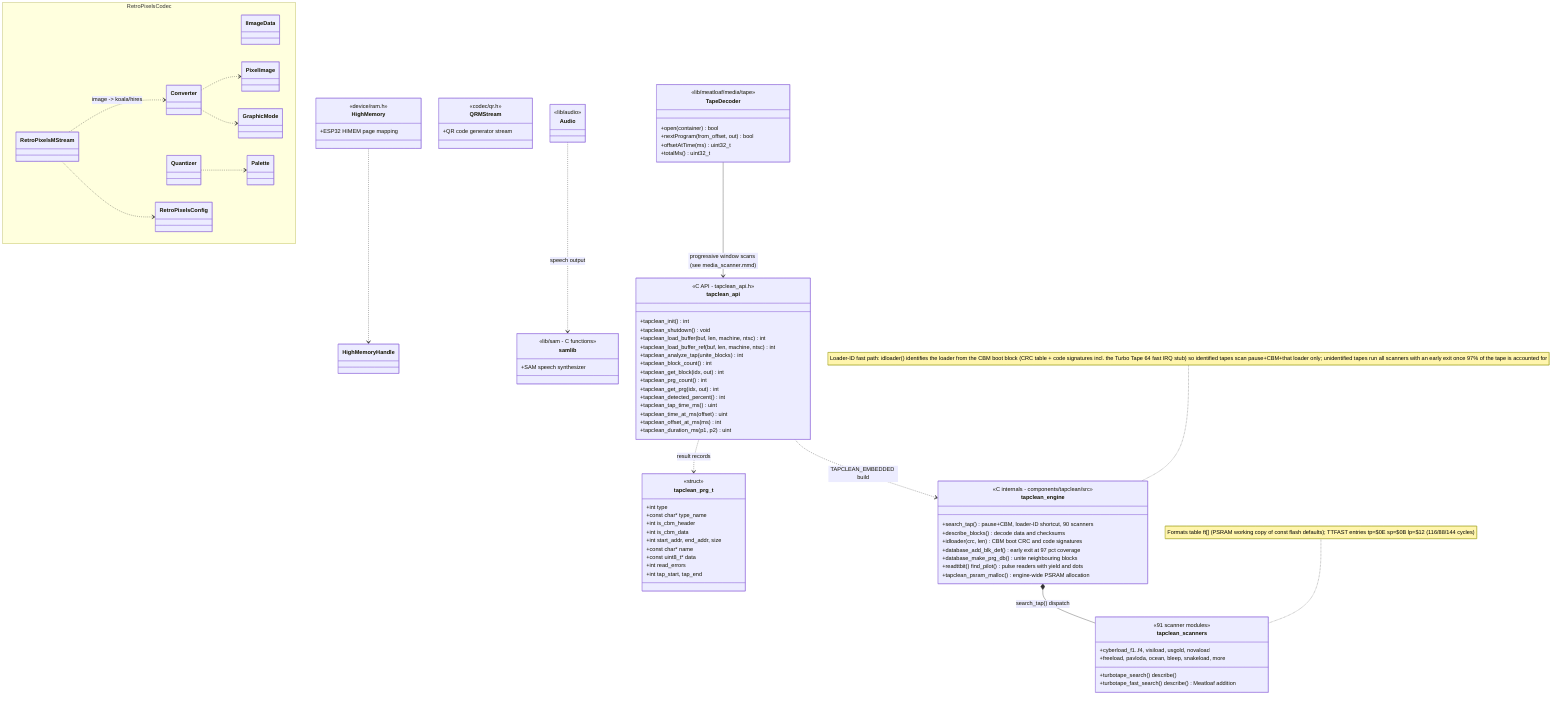
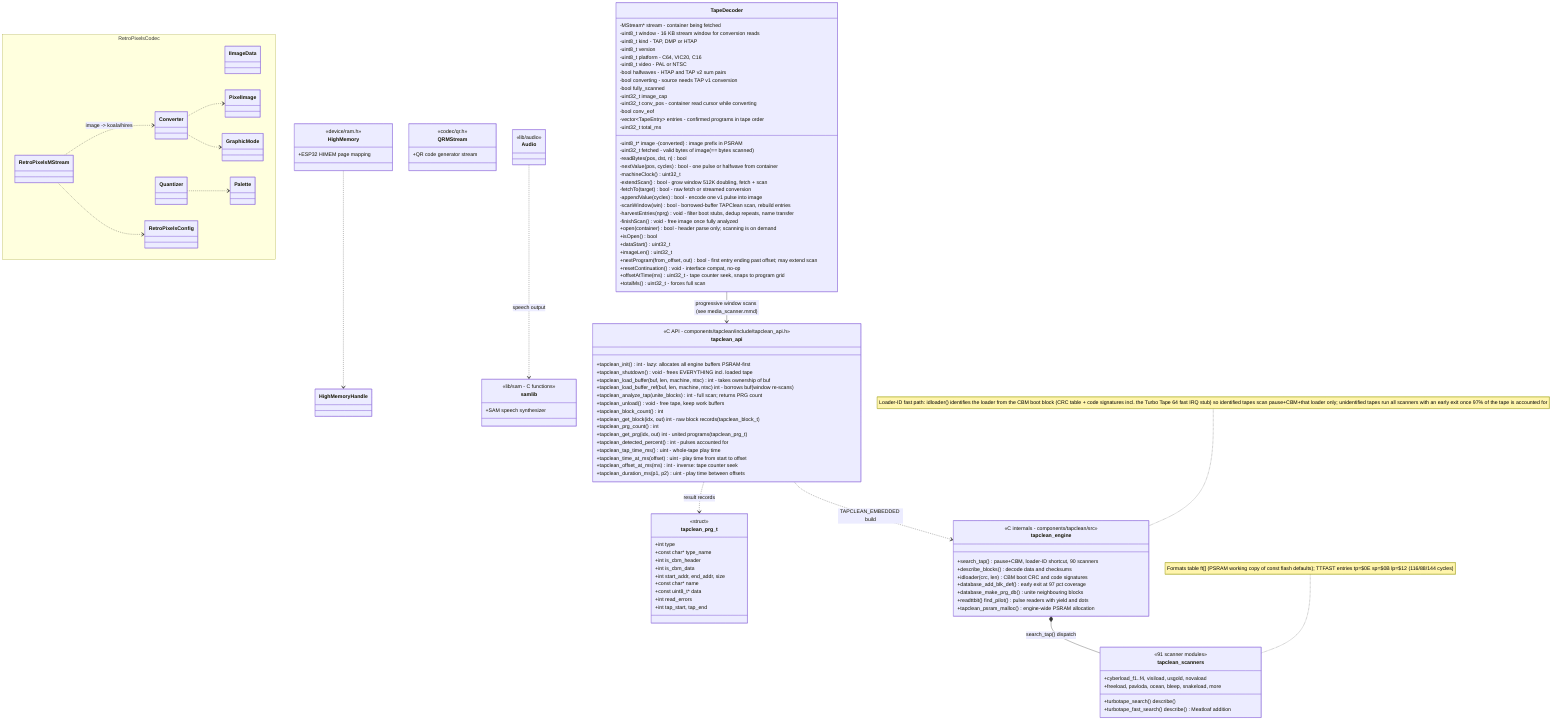
%% Tape loader analysis engine (components/tapclean) and codecs.
%% Verified against source 2026-07-19.
%% The TAPClean engine is vendored C (TAPClean 0.39 / Final TAP 2.76,
%% GPL v2+), compiled with TAPCLEAN_EMBEDDED: CLI/report/clean code is
%% compiled out, all big buffers are heap-allocated (PSRAM-first) only
%% while a tape is being analyzed, and malloc() is redirected engine-wide
%% to tapclean_psram_malloc().
classDiagram
    direction TB

    class tapclean_api {
-         <<C API - tapclean_api.h>>
-         +tapclean_init() int
-         +tapclean_shutdown() void
-         +tapclean_load_buffer(buf, len, machine, ntsc) int
-         +tapclean_load_buffer_ref(buf, len, machine, ntsc) int
-         +tapclean_analyze_tap(unite_blocks) int
+         <<C API - components/tapclean/include/tapclean_api.h>>
+         +tapclean_init() int - lazy: allocates all engine buffers PSRAM-first
+         +tapclean_shutdown() void - frees EVERYTHING incl. loaded tape
+         +tapclean_load_buffer(buf, len, machine, ntsc) int - takes ownership of buf
+         +tapclean_load_buffer_ref(buf, len, machine, ntsc) int - borrows buf (window re-scans)
+         +tapclean_analyze_tap(unite_blocks) int - full scan; returns PRG count
+         +tapclean_unload() void - free tape, keep work buffers
        +tapclean_block_count() int
-         +tapclean_get_block(idx, out) int
+         +tapclean_get_block(idx, out) int - raw block records (tapclean_block_t)
        +tapclean_prg_count() int
-         +tapclean_get_prg(idx, out) int
-         +tapclean_detected_percent() int
-         +tapclean_tap_time_ms() uint
-         +tapclean_time_at_ms(offset) uint
-         +tapclean_offset_at_ms(ms) int
-         +tapclean_duration_ms(p1, p2) uint
+         +tapclean_get_prg(idx, out) int - united programs (tapclean_prg_t)
+         +tapclean_detected_percent() int - pulses accounted for
+         +tapclean_tap_time_ms() uint - whole-tape play time
+         +tapclean_time_at_ms(offset) uint - play time from start to offset
+         +tapclean_offset_at_ms(ms) int - inverse: tape counter seek
+         +tapclean_duration_ms(p1, p2) uint - play time between offsets
    }

    class tapclean_engine {
        <<C internals - components/tapclean/src>>
        +search_tap() pause+CBM, loader-ID shortcut, 90 scanners
        +describe_blocks() decode data and checksums
        +idloader(crc, len) CBM boot CRC and code signatures
        +database_add_blk_def() early exit at 97 pct coverage
        +database_make_prg_db() unite neighbouring blocks
        +readttbit() find_pilot() pulse readers with yield and dots
        +tapclean_psram_malloc() engine-wide PSRAM allocation
    }

    class tapclean_scanners {
        <<91 scanner modules>>
        +turbotape_search() describe()
        +turbotape_fast_search() describe() Meatloaf addition
        +cyberload_f1..f4, visiload, usgold, novaload
        +freeload, pavloda, ocean, bleep, snakeload, more
    }

    class tapclean_prg_t {
        <<struct>>
        +int type
        +const char* type_name
        +int is_cbm_header
        +int is_cbm_data
        +int start_addr, end_addr, size
        +const char* name
        +const uint8_t* data
        +int read_errors
        +int tap_start, tap_end
    }

    class TapeDecoder {
-         <<lib/meatloaf/media/tape>>
-         +open(container) bool
-         +nextProgram(from_offset, out) bool
-         +offsetAtTime(ms) uint32_t
-         +totalMs() uint32_t
+         -MStream* stream - container being fetched
+         -uint8_t window - 16 KB stream window for conversion reads
+         -uint8_t kind - TAP, DMP or HTAP
+         -uint8_t version
+         -uint8_t platform - C64, VIC20, C16
+         -uint8_t video - PAL or NTSC
+         -bool halfwaves - HTAP and TAP v2 sum pairs
+         -bool converting - source needs TAP v1 conversion
+         -bool fully_scanned
+         -uint8_t* image - (converted) image prefix in PSRAM
+         -uint32_t image_cap
+         -uint32_t fetched - valid bytes of image (== bytes scanned)
+         -uint32_t conv_pos - container read cursor while converting
+         -bool conv_eof
+         -vector~TapeEntry~ entries - confirmed programs in tape order
+         -uint32_t total_ms
+         -readBytes(pos, dst, n) bool
+         -nextValue(pos, cycles) bool - one pulse or halfwave from container
+         -machineClock() uint32_t
+         -extendScan() bool - grow window 512K doubling, fetch + scan
+         -fetchTo(target) bool - raw fetch or streamed conversion
+         -appendValue(cycles) bool - encode one v1 pulse into image
+         -scanWindow(win) bool - borrowed-buffer TAPClean scan, rebuild entries
+         -harvestEntries(nprg) void - filter boot stubs, dedup repeats, name transfer
+         -finishScan() void - free image once fully analyzed
+         +open(container) bool - header parse only; scanning is on demand
+         +isOpen() bool
+         +dataStart() uint32_t
+         +imageLen() uint32_t
+         +nextProgram(from_offset, out) bool - first entry ending past offset; may extend scan
+         +resetContinuation() void - interface compat, no-op
+         +offsetAtTime(ms) uint32_t - tape counter seek, snaps to program grid
+         +totalMs() uint32_t - forces full scan
    }

    namespace RetroPixelsCodec {
        class IImageData
        class PixelImage
        class GraphicMode
        class Palette
        class Quantizer
        class Converter
        class RetroPixelsConfig
        class RetroPixelsMStream
    }

    class QRMStream {
        <<codec/qr.h>>
        +QR code generator stream
    }

    class HighMemory {
        <<device/ram.h>>
        +ESP32 HIMEM page mapping
    }
    class HighMemoryHandle

    class Audio {
        <<lib/audio>>
    }

    class samlib {
        <<lib/sam - C functions>>
        +SAM speech synthesizer
    }

    tapclean_api ..> tapclean_engine : TAPCLEAN_EMBEDDED build
    tapclean_engine *-- tapclean_scanners : search_tap() dispatch
    tapclean_api ..> tapclean_prg_t : result records
    TapeDecoder --> tapclean_api : progressive window scans (see media_scanner.mmd)

    Converter ..> PixelImage
    Converter ..> GraphicMode
    Quantizer ..> Palette
    RetroPixelsMStream ..> Converter : image -> koala/hires
    RetroPixelsMStream ..> RetroPixelsConfig

    HighMemory ..> HighMemoryHandle
    Audio ..> samlib : speech output

    note for tapclean_engine "Loader-ID fast path: idloader() identifies the loader from the CBM boot block (CRC table + code signatures incl. the Turbo Tape 64 fast IRQ stub) so identified tapes scan pause+CBM+that loader only; unidentified tapes run all scanners with an early exit once 97% of the tape is accounted for"
    note for tapclean_scanners "Formats table ft[] (PSRAM working copy of const flash defaults); TTFAST entries tp=$0E sp=$0B lp=$12 (116/88/144 cycles)"
